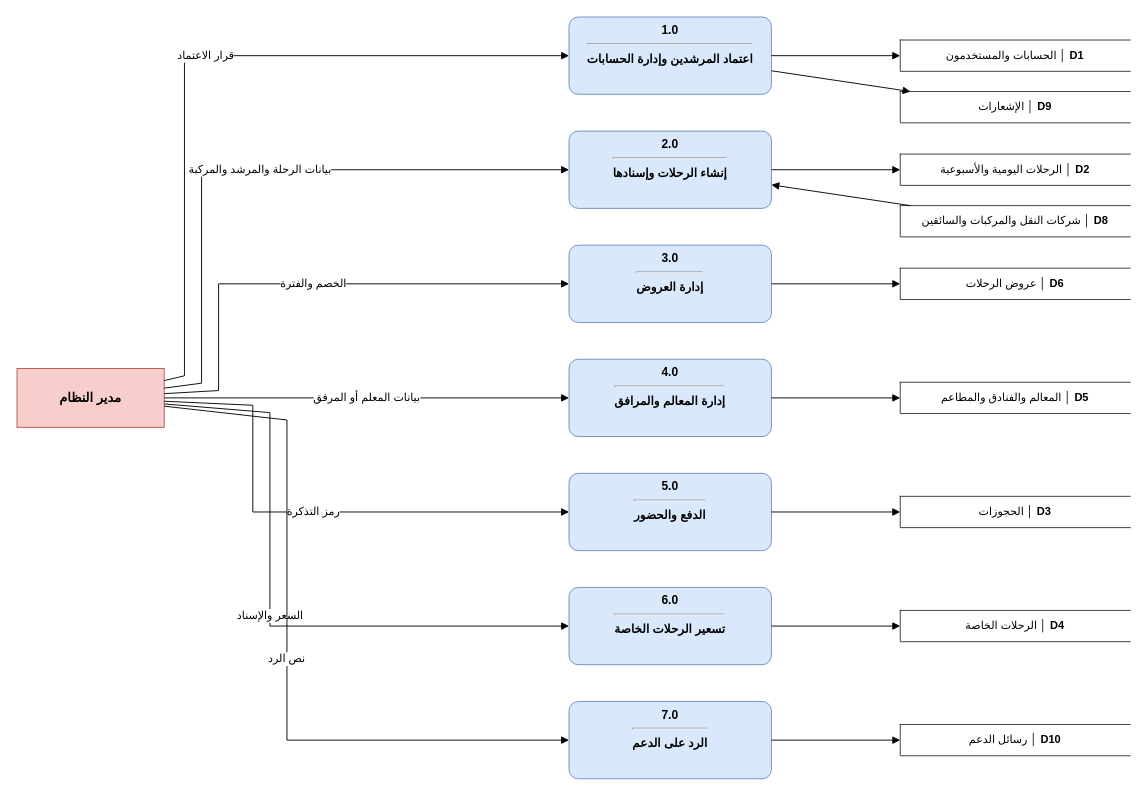
Above: مخططات_التحليل_drawio/dfd03_admin.drawio in masara-prog/Delni-project (draw.io), before the change. Source tidied: cells renumbered, new cells numbered last; positions are measured from the earlier drawing's top-left corner, leaving out a move shared by most shapes. Both pictures are drawn from the tidied source at 92%, with x=0, y=0 at pixel (17, 17).
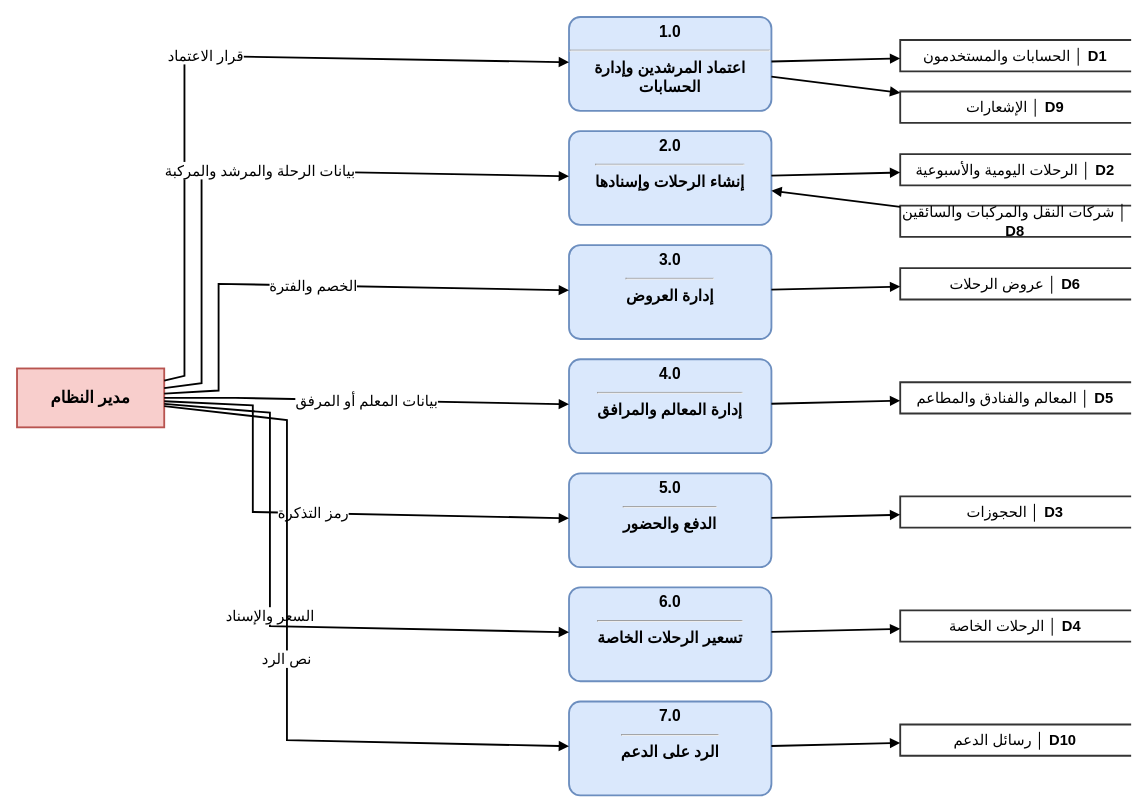
After the change.

Diff of the diagram source:
```diff
@@
-    <mxCell id="2" value="&lt;b&gt;1.0&lt;/b&gt;&lt;hr&gt;اعتماد المرشدين وإدارة الحسابات" style="rounded=1;arcSize=12;verticalAlign=top;html=1;whiteSpace=wrap;fontFamily=Arial;fontSize=13;fontStyle=1;fillColor=#dae8fc;strokeColor=#6c8ebf;" parent="1" vertex="1">
-      <mxGeometry x="600" width="220" height="84" as="geometry" />
+    <mxCell id="2" value="&lt;b&gt;1.0&lt;/b&gt;&lt;hr&gt;اعتماد المرشدين وإدارة الحسابات" style="rounded=1;arcSize=12;verticalAlign=top;html=1;whiteSpace=wrap;fontFamily=Arial;fontSize=17;fontStyle=1;fillColor=#dae8fc;strokeColor=#6c8ebf;strokeWidth=2;" parent="1" vertex="1">
+      <mxGeometry x="600" width="220" height="102" as="geometry" />
     </mxCell>
-    <mxCell id="3" value="&lt;b&gt;2.0&lt;/b&gt;&lt;hr&gt;إنشاء الرحلات وإسنادها" style="rounded=1;arcSize=12;verticalAlign=top;html=1;whiteSpace=wrap;fontFamily=Arial;fontSize=13;fontStyle=1;fillColor=#dae8fc;strokeColor=#6c8ebf;" parent="1" vertex="1">
-      <mxGeometry x="600" y="124" width="220" height="84" as="geometry" />
+    <mxCell id="3" value="&lt;b&gt;2.0&lt;/b&gt;&lt;hr&gt;إنشاء الرحلات وإسنادها" style="rounded=1;arcSize=12;verticalAlign=top;html=1;whiteSpace=wrap;fontFamily=Arial;fontSize=17;fontStyle=1;fillColor=#dae8fc;strokeColor=#6c8ebf;strokeWidth=2;" parent="1" vertex="1">
+      <mxGeometry x="600" y="124" width="220" height="102" as="geometry" />
     </mxCell>
-    <mxCell id="4" value="&lt;b&gt;3.0&lt;/b&gt;&lt;hr&gt;إدارة العروض" style="rounded=1;arcSize=12;verticalAlign=top;html=1;whiteSpace=wrap;fontFamily=Arial;fontSize=13;fontStyle=1;fillColor=#dae8fc;strokeColor=#6c8ebf;" parent="1" vertex="1">
-      <mxGeometry x="600" y="248" width="220" height="84" as="geometry" />
+    <mxCell id="4" value="&lt;b&gt;3.0&lt;/b&gt;&lt;hr&gt;إدارة العروض" style="rounded=1;arcSize=12;verticalAlign=top;html=1;whiteSpace=wrap;fontFamily=Arial;fontSize=17;fontStyle=1;fillColor=#dae8fc;strokeColor=#6c8ebf;strokeWidth=2;" parent="1" vertex="1">
+      <mxGeometry x="600" y="248" width="220" height="102" as="geometry" />
     </mxCell>
-    <mxCell id="5" value="&lt;b&gt;4.0&lt;/b&gt;&lt;hr&gt;إدارة المعالم والمرافق" style="rounded=1;arcSize=12;verticalAlign=top;html=1;whiteSpace=wrap;fontFamily=Arial;fontSize=13;fontStyle=1;fillColor=#dae8fc;strokeColor=#6c8ebf;" parent="1" vertex="1">
-      <mxGeometry x="600" y="372" width="220" height="84" as="geometry" />
+    <mxCell id="5" value="&lt;b&gt;4.0&lt;/b&gt;&lt;hr&gt;إدارة المعالم والمرافق" style="rounded=1;arcSize=12;verticalAlign=top;html=1;whiteSpace=wrap;fontFamily=Arial;fontSize=17;fontStyle=1;fillColor=#dae8fc;strokeColor=#6c8ebf;strokeWidth=2;" parent="1" vertex="1">
+      <mxGeometry x="600" y="372" width="220" height="102" as="geometry" />
     </mxCell>
-    <mxCell id="6" value="&lt;b&gt;5.0&lt;/b&gt;&lt;hr&gt;الدفع والحضور" style="rounded=1;arcSize=12;verticalAlign=top;html=1;whiteSpace=wrap;fontFamily=Arial;fontSize=13;fontStyle=1;fillColor=#dae8fc;strokeColor=#6c8ebf;" parent="1" vertex="1">
-      <mxGeometry x="600" y="496" width="220" height="84" as="geometry" />
+    <mxCell id="6" value="&lt;b&gt;5.0&lt;/b&gt;&lt;hr&gt;الدفع والحضور" style="rounded=1;arcSize=12;verticalAlign=top;html=1;whiteSpace=wrap;fontFamily=Arial;fontSize=17;fontStyle=1;fillColor=#dae8fc;strokeColor=#6c8ebf;strokeWidth=2;" parent="1" vertex="1">
+      <mxGeometry x="600" y="496" width="220" height="102" as="geometry" />
     </mxCell>
-    <mxCell id="7" value="&lt;b&gt;6.0&lt;/b&gt;&lt;hr&gt;تسعير الرحلات الخاصة" style="rounded=1;arcSize=12;verticalAlign=top;html=1;whiteSpace=wrap;fontFamily=Arial;fontSize=13;fontStyle=1;fillColor=#dae8fc;strokeColor=#6c8ebf;" parent="1" vertex="1">
-      <mxGeometry x="600" y="620" width="220" height="84" as="geometry" />
+    <mxCell id="7" value="&lt;b&gt;6.0&lt;/b&gt;&lt;hr&gt;تسعير الرحلات الخاصة" style="rounded=1;arcSize=12;verticalAlign=top;html=1;whiteSpace=wrap;fontFamily=Arial;fontSize=17;fontStyle=1;fillColor=#dae8fc;strokeColor=#6c8ebf;strokeWidth=2;" parent="1" vertex="1">
+      <mxGeometry x="600" y="620" width="220" height="102" as="geometry" />
     </mxCell>
-    <mxCell id="8" value="&lt;b&gt;7.0&lt;/b&gt;&lt;hr&gt;الرد على الدعم" style="rounded=1;arcSize=12;verticalAlign=top;html=1;whiteSpace=wrap;fontFamily=Arial;fontSize=13;fontStyle=1;fillColor=#dae8fc;strokeColor=#6c8ebf;" parent="1" vertex="1">
-      <mxGeometry x="600" y="744" width="220" height="84" as="geometry" />
+    <mxCell id="8" value="&lt;b&gt;7.0&lt;/b&gt;&lt;hr&gt;الرد على الدعم" style="rounded=1;arcSize=12;verticalAlign=top;html=1;whiteSpace=wrap;fontFamily=Arial;fontSize=17;fontStyle=1;fillColor=#dae8fc;strokeColor=#6c8ebf;strokeWidth=2;" parent="1" vertex="1">
+      <mxGeometry x="600" y="744" width="220" height="102" as="geometry" />
     </mxCell>
-    <mxCell id="9" value="مدير النظام" style="rounded=0;html=1;whiteSpace=wrap;fontFamily=Arial;fontSize=14;fontStyle=1;fillColor=#f8cecc;strokeColor=#b85450;" parent="1" vertex="1">
+    <mxCell id="9" value="مدير النظام" style="rounded=0;html=1;whiteSpace=wrap;fontFamily=Arial;fontSize=18;fontStyle=1;fillColor=#f8cecc;strokeColor=#b85450;strokeWidth=2;" parent="1" vertex="1">
       <mxGeometry y="382" width="160" height="64" as="geometry" />
     </mxCell>
-    <mxCell id="10" value="الحسابات والمستخدمون  │ &lt;b&gt;D1&lt;/b&gt;" style="shape=partialRectangle;right=0;align=center;html=1;whiteSpace=wrap;fontFamily=Arial;fontSize=12;fontStyle=0;fillColor=#ffffff;strokeColor=#333333;" parent="1" vertex="1">
+    <mxCell id="10" value="الحسابات والمستخدمون  │ &lt;b&gt;D1&lt;/b&gt;" style="shape=partialRectangle;right=0;align=center;html=1;whiteSpace=wrap;fontFamily=Arial;fontSize=16;fontStyle=0;fillColor=#ffffff;strokeColor=#333333;strokeWidth=2;" parent="1" vertex="1">
       <mxGeometry x="960" y="25" width="250" height="34" as="geometry" />
     </mxCell>
-    <mxCell id="11" value="الإشعارات  │ &lt;b&gt;D9&lt;/b&gt;" style="shape=partialRectangle;right=0;align=center;html=1;whiteSpace=wrap;fontFamily=Arial;fontSize=12;fontStyle=0;fillColor=#ffffff;strokeColor=#333333;" parent="1" vertex="1">
+    <mxCell id="11" value="الإشعارات  │ &lt;b&gt;D9&lt;/b&gt;" style="shape=partialRectangle;right=0;align=center;html=1;whiteSpace=wrap;fontFamily=Arial;fontSize=16;fontStyle=0;fillColor=#ffffff;strokeColor=#333333;strokeWidth=2;" parent="1" vertex="1">
       <mxGeometry x="960" y="81" width="250" height="34" as="geometry" />
     </mxCell>
-    <mxCell id="12" value="الرحلات اليومية والأسبوعية  │ &lt;b&gt;D2&lt;/b&gt;" style="shape=partialRectangle;right=0;align=center;html=1;whiteSpace=wrap;fontFamily=Arial;fontSize=12;fontStyle=0;fillColor=#ffffff;strokeColor=#333333;" parent="1" vertex="1">
+    <mxCell id="12" value="الرحلات اليومية والأسبوعية  │ &lt;b&gt;D2&lt;/b&gt;" style="shape=partialRectangle;right=0;align=center;html=1;whiteSpace=wrap;fontFamily=Arial;fontSize=16;fontStyle=0;fillColor=#ffffff;strokeColor=#333333;strokeWidth=2;" parent="1" vertex="1">
       <mxGeometry x="960" y="149" width="250" height="34" as="geometry" />
     </mxCell>
-    <mxCell id="13" value="شركات النقل والمركبات والسائقين  │ &lt;b&gt;D8&lt;/b&gt;" style="shape=partialRectangle;right=0;align=center;html=1;whiteSpace=wrap;fontFamily=Arial;fontSize=12;fontStyle=0;fillColor=#ffffff;strokeColor=#333333;" parent="1" vertex="1">
+    <mxCell id="13" value="شركات النقل والمركبات والسائقين  │ &lt;b&gt;D8&lt;/b&gt;" style="shape=partialRectangle;right=0;align=center;html=1;whiteSpace=wrap;fontFamily=Arial;fontSize=16;fontStyle=0;fillColor=#ffffff;strokeColor=#333333;strokeWidth=2;" parent="1" vertex="1">
       <mxGeometry x="960" y="205" width="250" height="34" as="geometry" />
     </mxCell>
-    <mxCell id="14" value="عروض الرحلات  │ &lt;b&gt;D6&lt;/b&gt;" style="shape=partialRectangle;right=0;align=center;html=1;whiteSpace=wrap;fontFamily=Arial;fontSize=12;fontStyle=0;fillColor=#ffffff;strokeColor=#333333;" parent="1" vertex="1">
+    <mxCell id="14" value="عروض الرحلات  │ &lt;b&gt;D6&lt;/b&gt;" style="shape=partialRectangle;right=0;align=center;html=1;whiteSpace=wrap;fontFamily=Arial;fontSize=16;fontStyle=0;fillColor=#ffffff;strokeColor=#333333;strokeWidth=2;" parent="1" vertex="1">
       <mxGeometry x="960" y="273" width="250" height="34" as="geometry" />
     </mxCell>
-    <mxCell id="15" value="المعالم والفنادق والمطاعم  │ &lt;b&gt;D5&lt;/b&gt;" style="shape=partialRectangle;right=0;align=center;html=1;whiteSpace=wrap;fontFamily=Arial;fontSize=12;fontStyle=0;fillColor=#ffffff;strokeColor=#333333;" parent="1" vertex="1">
+    <mxCell id="15" value="المعالم والفنادق والمطاعم  │ &lt;b&gt;D5&lt;/b&gt;" style="shape=partialRectangle;right=0;align=center;html=1;whiteSpace=wrap;fontFamily=Arial;fontSize=16;fontStyle=0;fillColor=#ffffff;strokeColor=#333333;strokeWidth=2;" parent="1" vertex="1">
       <mxGeometry x="960" y="397" width="250" height="34" as="geometry" />
     </mxCell>
-    <mxCell id="16" value="الحجوزات  │ &lt;b&gt;D3&lt;/b&gt;" style="shape=partialRectangle;right=0;align=center;html=1;whiteSpace=wrap;fontFamily=Arial;fontSize=12;fontStyle=0;fillColor=#ffffff;strokeColor=#333333;" parent="1" vertex="1">
+    <mxCell id="16" value="الحجوزات  │ &lt;b&gt;D3&lt;/b&gt;" style="shape=partialRectangle;right=0;align=center;html=1;whiteSpace=wrap;fontFamily=Arial;fontSize=16;fontStyle=0;fillColor=#ffffff;strokeColor=#333333;strokeWidth=2;" parent="1" vertex="1">
       <mxGeometry x="960" y="521" width="250" height="34" as="geometry" />
     </mxCell>
-    <mxCell id="17" value="الرحلات الخاصة  │ &lt;b&gt;D4&lt;/b&gt;" style="shape=partialRectangle;right=0;align=center;html=1;whiteSpace=wrap;fontFamily=Arial;fontSize=12;fontStyle=0;fillColor=#ffffff;strokeColor=#333333;" parent="1" vertex="1">
+    <mxCell id="17" value="الرحلات الخاصة  │ &lt;b&gt;D4&lt;/b&gt;" style="shape=partialRectangle;right=0;align=center;html=1;whiteSpace=wrap;fontFamily=Arial;fontSize=16;fontStyle=0;fillColor=#ffffff;strokeColor=#333333;strokeWidth=2;" parent="1" vertex="1">
       <mxGeometry x="960" y="645" width="250" height="34" as="geometry" />
     </mxCell>
-    <mxCell id="18" value="رسائل الدعم  │ &lt;b&gt;D10&lt;/b&gt;" style="shape=partialRectangle;right=0;align=center;html=1;whiteSpace=wrap;fontFamily=Arial;fontSize=12;fontStyle=0;fillColor=#ffffff;strokeColor=#333333;" parent="1" vertex="1">
+    <mxCell id="18" value="رسائل الدعم  │ &lt;b&gt;D10&lt;/b&gt;" style="shape=partialRectangle;right=0;align=center;html=1;whiteSpace=wrap;fontFamily=Arial;fontSize=16;fontStyle=0;fillColor=#ffffff;strokeColor=#333333;strokeWidth=2;" parent="1" vertex="1">
       <mxGeometry x="960" y="769" width="250" height="34" as="geometry" />
     </mxCell>
-    <mxCell id="19" value="قرار الاعتماد" style="endArrow=block;endFill=1;html=1;rounded=0;fontFamily=Arial;fontSize=12;labelBackgroundColor=#ffffff;" parent="1" edge="1" source="9" target="2">
+    <mxCell id="19" value="قرار الاعتماد" style="endArrow=block;endFill=1;html=1;rounded=0;fontFamily=Arial;fontSize=16;labelBackgroundColor=#ffffff;strokeWidth=2;" parent="1" edge="1" source="9" target="2">
       <mxGeometry relative="1" as="geometry">
         <Array as="points">
           <mxPoint x="182" y="390" />
           <mxPoint x="182" y="42" />
         </Array>
       </mxGeometry>
     </mxCell>
-    <mxCell id="20" value="بيانات الرحلة والمرشد والمركبة" style="endArrow=block;endFill=1;html=1;rounded=0;fontFamily=Arial;fontSize=12;labelBackgroundColor=#ffffff;" parent="1" edge="1" source="9" target="3">
+    <mxCell id="20" value="بيانات الرحلة والمرشد والمركبة" style="endArrow=block;endFill=1;html=1;rounded=0;fontFamily=Arial;fontSize=16;labelBackgroundColor=#ffffff;strokeWidth=2;" parent="1" edge="1" source="9" target="3">
       <mxGeometry relative="1" as="geometry">
         <Array as="points">
           <mxPoint x="200.6" y="398" />
           <mxPoint x="200.6" y="166" />
         </Array>
       </mxGeometry>
     </mxCell>
-    <mxCell id="21" value="الخصم والفترة" style="endArrow=block;endFill=1;html=1;rounded=0;fontFamily=Arial;fontSize=12;labelBackgroundColor=#ffffff;" parent="1" edge="1" source="9" target="4">
+    <mxCell id="21" value="الخصم والفترة" style="endArrow=block;endFill=1;html=1;rounded=0;fontFamily=Arial;fontSize=16;labelBackgroundColor=#ffffff;strokeWidth=2;" parent="1" edge="1" source="9" target="4">
       <mxGeometry relative="1" as="geometry">
         <Array as="points">
           <mxPoint x="219.1" y="406" />
           <mxPoint x="219.1" y="290" />
         </Array>
       </mxGeometry>
     </mxCell>
-    <mxCell id="22" value="بيانات المعلم أو المرفق" style="endArrow=block;endFill=1;html=1;rounded=0;fontFamily=Arial;fontSize=12;labelBackgroundColor=#ffffff;" parent="1" edge="1" source="9" target="5">
+    <mxCell id="22" value="بيانات المعلم أو المرفق" style="endArrow=block;endFill=1;html=1;rounded=0;fontFamily=Arial;fontSize=16;labelBackgroundColor=#ffffff;strokeWidth=2;" parent="1" edge="1" source="9" target="5">
       <mxGeometry relative="1" as="geometry">
         <Array as="points">
           <mxPoint x="237.7" y="414" />
           <mxPoint x="237.7" y="414" />
         </Array>
       </mxGeometry>
     </mxCell>
-    <mxCell id="23" value="رمز التذكرة" style="endArrow=block;endFill=1;html=1;rounded=0;fontFamily=Arial;fontSize=12;labelBackgroundColor=#ffffff;" parent="1" edge="1" source="9" target="6">
+    <mxCell id="23" value="رمز التذكرة" style="endArrow=block;endFill=1;html=1;rounded=0;fontFamily=Arial;fontSize=16;labelBackgroundColor=#ffffff;strokeWidth=2;" parent="1" edge="1" source="9" target="6">
       <mxGeometry relative="1" as="geometry">
         <Array as="points">
           <mxPoint x="256.3" y="422" />
           <mxPoint x="256.3" y="538" />
         </Array>
       </mxGeometry>
     </mxCell>
-    <mxCell id="24" value="السعر والإسناد" style="endArrow=block;endFill=1;html=1;rounded=0;fontFamily=Arial;fontSize=12;labelBackgroundColor=#ffffff;" parent="1" edge="1" source="9" target="7">
+    <mxCell id="24" value="السعر والإسناد" style="endArrow=block;endFill=1;html=1;rounded=0;fontFamily=Arial;fontSize=16;labelBackgroundColor=#ffffff;strokeWidth=2;" parent="1" edge="1" source="9" target="7">
       <mxGeometry relative="1" as="geometry">
         <Array as="points">
           <mxPoint x="274.9" y="430" />
           <mxPoint x="274.9" y="662" />
         </Array>
       </mxGeometry>
     </mxCell>
-    <mxCell id="25" value="نص الرد" style="endArrow=block;endFill=1;html=1;rounded=0;fontFamily=Arial;fontSize=12;labelBackgroundColor=#ffffff;" parent="1" edge="1" source="9" target="8">
+    <mxCell id="25" value="نص الرد" style="endArrow=block;endFill=1;html=1;rounded=0;fontFamily=Arial;fontSize=16;labelBackgroundColor=#ffffff;strokeWidth=2;" parent="1" edge="1" source="9" target="8">
       <mxGeometry relative="1" as="geometry">
         <Array as="points">
           <mxPoint x="293.4" y="438" />
           <mxPoint x="293.4" y="786" />
         </Array>
       </mxGeometry>
     </mxCell>
-    <mxCell id="26" style="endArrow=block;endFill=1;html=1;rounded=0;fontFamily=Arial;fontSize=12;labelBackgroundColor=#ffffff;" parent="1" edge="1" source="2" target="10">
+    <mxCell id="26" style="endArrow=block;endFill=1;html=1;rounded=0;fontFamily=Arial;fontSize=16;labelBackgroundColor=#ffffff;strokeWidth=2;" parent="1" edge="1" source="2" target="10">
       <mxGeometry relative="1" as="geometry" />
     </mxCell>
-    <mxCell id="27" style="endArrow=block;endFill=1;html=1;rounded=0;fontFamily=Arial;fontSize=12;labelBackgroundColor=#ffffff;" parent="1" edge="1" source="2" target="11">
+    <mxCell id="27" style="endArrow=block;endFill=1;html=1;rounded=0;fontFamily=Arial;fontSize=16;labelBackgroundColor=#ffffff;strokeWidth=2;" parent="1" edge="1" source="2" target="11">
       <mxGeometry relative="1" as="geometry" />
     </mxCell>
-    <mxCell id="28" style="endArrow=block;endFill=1;html=1;rounded=0;fontFamily=Arial;fontSize=12;labelBackgroundColor=#ffffff;" parent="1" edge="1" source="3" target="12">
+    <mxCell id="28" style="endArrow=block;endFill=1;html=1;rounded=0;fontFamily=Arial;fontSize=16;labelBackgroundColor=#ffffff;strokeWidth=2;" parent="1" edge="1" source="3" target="12">
       <mxGeometry relative="1" as="geometry" />
     </mxCell>
-    <mxCell id="29" style="endArrow=block;endFill=1;html=1;rounded=0;fontFamily=Arial;fontSize=12;labelBackgroundColor=#ffffff;" parent="1" edge="1" source="13" target="3">
+    <mxCell id="29" style="endArrow=block;endFill=1;html=1;rounded=0;fontFamily=Arial;fontSize=16;labelBackgroundColor=#ffffff;strokeWidth=2;" parent="1" edge="1" source="13" target="3">
       <mxGeometry relative="1" as="geometry" />
     </mxCell>
-    <mxCell id="30" style="endArrow=block;endFill=1;html=1;rounded=0;fontFamily=Arial;fontSize=12;labelBackgroundColor=#ffffff;" parent="1" edge="1" source="4" target="14">
+    <mxCell id="30" style="endArrow=block;endFill=1;html=1;rounded=0;fontFamily=Arial;fontSize=16;labelBackgroundColor=#ffffff;strokeWidth=2;" parent="1" edge="1" source="4" target="14">
       <mxGeometry relative="1" as="geometry" />
     </mxCell>
-    <mxCell id="31" style="endArrow=block;endFill=1;html=1;rounded=0;fontFamily=Arial;fontSize=12;labelBackgroundColor=#ffffff;" parent="1" edge="1" source="5" target="15">
+    <mxCell id="31" style="endArrow=block;endFill=1;html=1;rounded=0;fontFamily=Arial;fontSize=16;labelBackgroundColor=#ffffff;strokeWidth=2;" parent="1" edge="1" source="5" target="15">
       <mxGeometry relative="1" as="geometry" />
     </mxCell>
-    <mxCell id="32" style="endArrow=block;endFill=1;html=1;rounded=0;fontFamily=Arial;fontSize=12;labelBackgroundColor=#ffffff;" parent="1" edge="1" source="6" target="16">
+    <mxCell id="32" style="endArrow=block;endFill=1;html=1;rounded=0;fontFamily=Arial;fontSize=16;labelBackgroundColor=#ffffff;strokeWidth=2;" parent="1" edge="1" source="6" target="16">
       <mxGeometry relative="1" as="geometry" />
     </mxCell>
-    <mxCell id="33" style="endArrow=block;endFill=1;html=1;rounded=0;fontFamily=Arial;fontSize=12;labelBackgroundColor=#ffffff;" parent="1" edge="1" source="7" target="17">
+    <mxCell id="33" style="endArrow=block;endFill=1;html=1;rounded=0;fontFamily=Arial;fontSize=16;labelBackgroundColor=#ffffff;strokeWidth=2;" parent="1" edge="1" source="7" target="17">
       <mxGeometry relative="1" as="geometry" />
     </mxCell>
-    <mxCell id="34" style="endArrow=block;endFill=1;html=1;rounded=0;fontFamily=Arial;fontSize=12;labelBackgroundColor=#ffffff;" parent="1" edge="1" source="8" target="18">
+    <mxCell id="34" style="endArrow=block;endFill=1;html=1;rounded=0;fontFamily=Arial;fontSize=16;labelBackgroundColor=#ffffff;strokeWidth=2;" parent="1" edge="1" source="8" target="18">
       <mxGeometry relative="1" as="geometry" />
     </mxCell>
```
